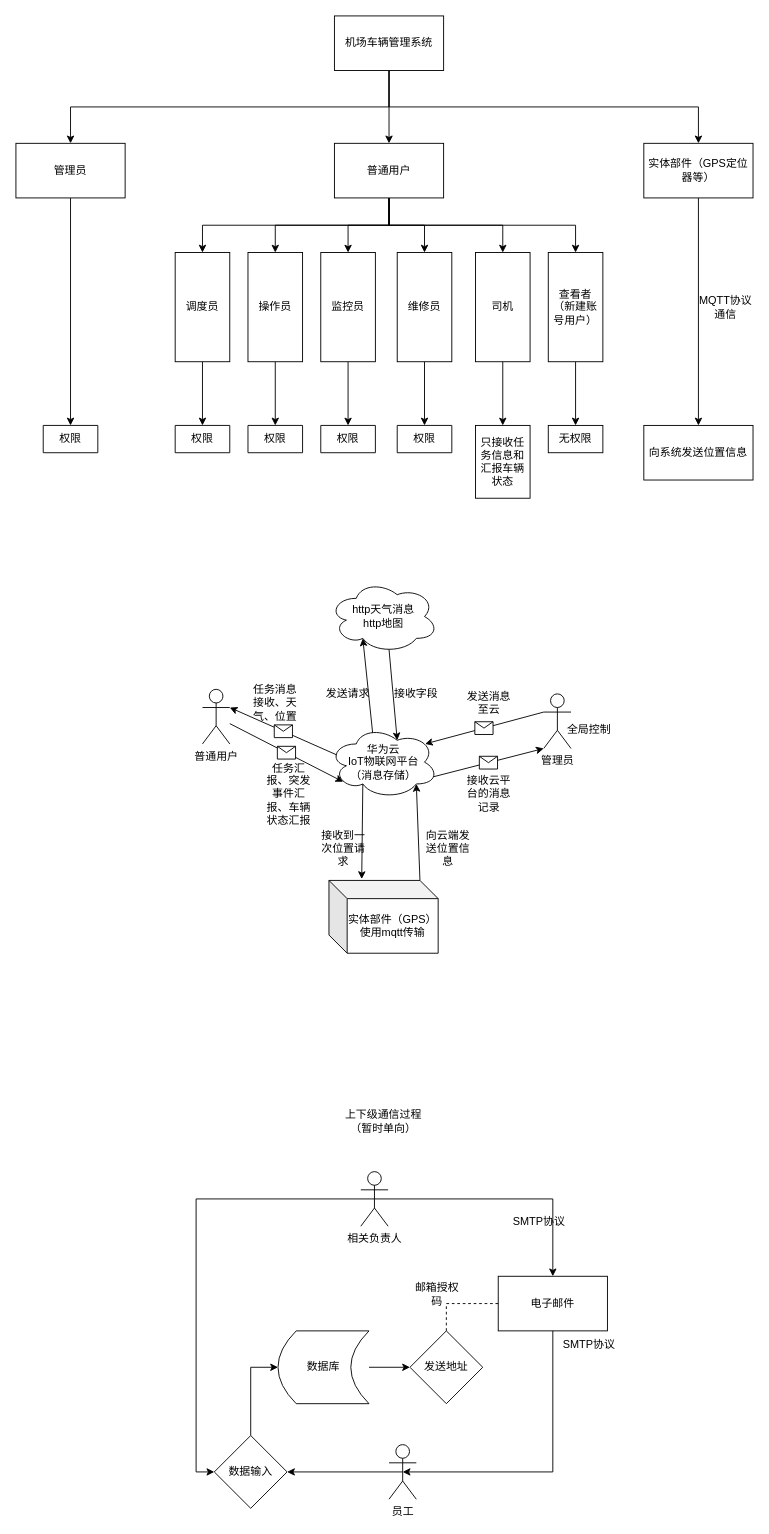
Corkedmzx/-airport-vehicle-system keeps this draw.io diagram as 汽车管理系统位图.drawio. Above is the earlier version. Source tidied: cells renumbered, new cells numbered last; positions are measured from the earlier drawing's top-left corner, leaving out a move shared by most shapes. Both pictures are drawn from the tidied source at 91%, with x=0, y=0 at pixel (15, 15).
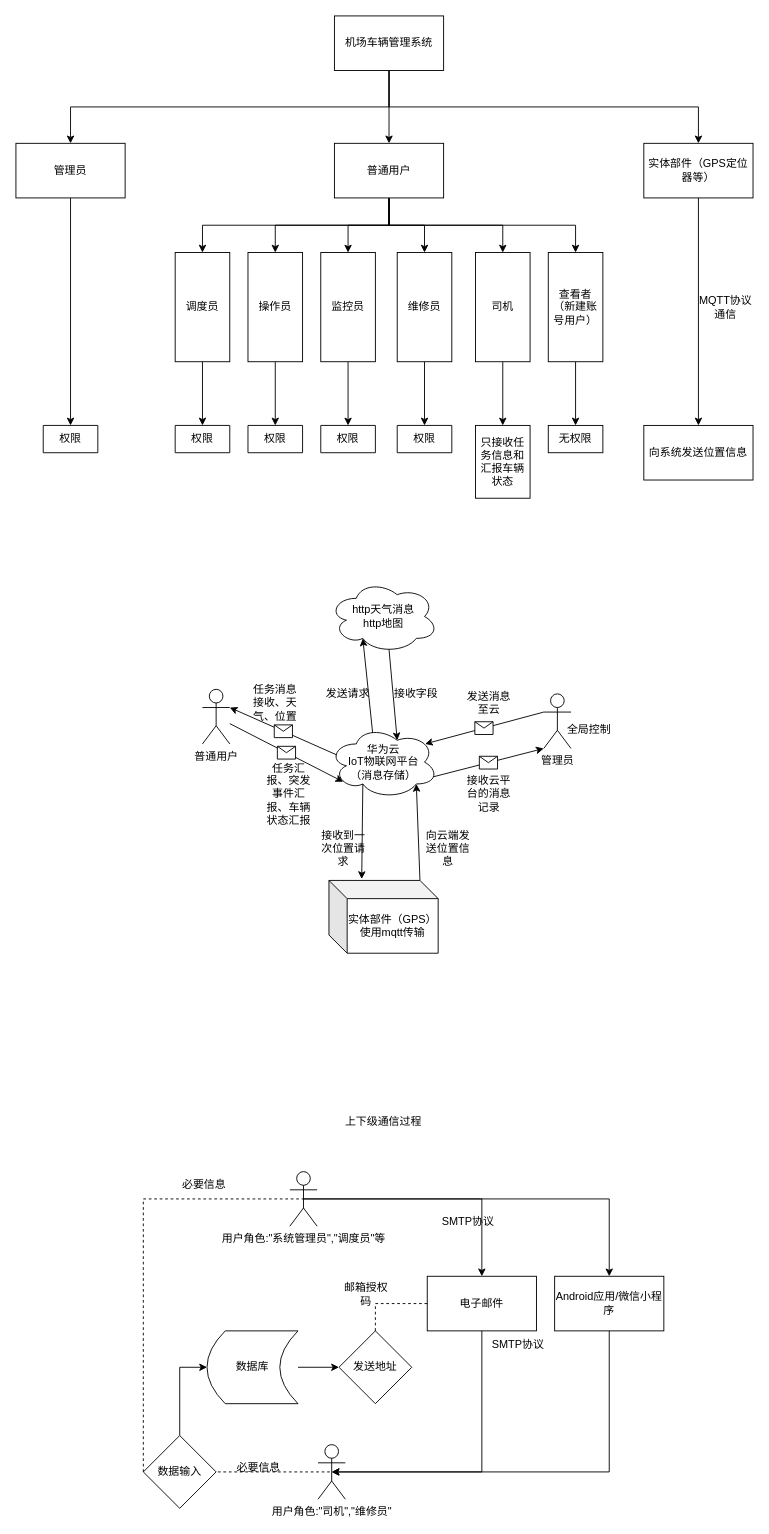
The same page after the edit.

Diff of the diagram source:
```diff
@@
-    <mxCell id="63" style="edgeStyle=orthogonalEdgeStyle;rounded=0;jettySize=auto;html=1;exitX=0.5;exitY=0.5;exitDx=0;exitDy=0;exitPerimeter=0;entryX=0;entryY=0.5;entryDx=0;entryDy=0;" parent="1" edge="1" source="65" target="73">
-      <mxGeometry relative="1" as="geometry" />
-    </mxCell>
@@
+    <mxCell id="81" style="edgeStyle=orthogonalEdgeStyle;rounded=0;jettySize=auto;html=1;exitX=0.5;exitY=0.5;exitDx=0;exitDy=0;exitPerimeter=0;" parent="1" edge="1" source="65" target="82">
+      <mxGeometry relative="1" as="geometry" />
+    </mxCell>
-    <mxCell id="65" value="相关负责人" style="shape=umlActor;verticalLabelPosition=bottom;verticalAlign=top;html=1;outlineConnect=0;" parent="1" vertex="1">
-      <mxGeometry x="379" y="1270" width="30" height="60" as="geometry" />
+    <mxCell id="65" value="用户角色:&quot;系统管理员&quot;,&quot;调度员&quot;等" style="shape=umlActor;verticalLabelPosition=bottom;verticalAlign=top;html=1;outlineConnect=0;" parent="1" vertex="1">
+      <mxGeometry x="301" y="1270" width="30" height="60" as="geometry" />
     </mxCell>
-    <mxCell id="66" style="edgeStyle=orthogonalEdgeStyle;rounded=0;jettySize=auto;html=1;exitX=0.5;exitY=0.5;exitDx=0;exitDy=0;exitPerimeter=0;entryX=1;entryY=0.5;entryDx=0;entryDy=0;" parent="1" edge="1" source="67" target="73">
-      <mxGeometry relative="1" as="geometry" />
-    </mxCell>
-    <mxCell id="67" value="员工" style="shape=umlActor;verticalLabelPosition=bottom;verticalAlign=top;html=1;outlineConnect=0;" parent="1" vertex="1">
-      <mxGeometry x="410" y="1570" width="30" height="60" as="geometry" />
+    <mxCell id="67" value="用户角色:&quot;司机&quot;,&quot;维修员&quot;" style="shape=umlActor;verticalLabelPosition=bottom;verticalAlign=top;html=1;outlineConnect=0;" parent="1" vertex="1">
+      <mxGeometry x="332" y="1570" width="30" height="60" as="geometry" />
     </mxCell>
-    <mxCell id="68" value="上下级通信过程（暂时单向）" style="text;html=1;whiteSpace=wrap;strokeColor=none;fillColor=none;align=center;verticalAlign=middle;rounded=0;" parent="1" vertex="1">
+    <mxCell id="68" value="上下级通信过程" style="text;html=1;whiteSpace=wrap;strokeColor=none;fillColor=none;align=center;verticalAlign=middle;rounded=0;" parent="1" vertex="1">
       <mxGeometry x="354" y="1200" width="100" height="30" as="geometry" />
     </mxCell>
@@
     <mxCell id="70" value="数据库" style="shape=dataStorage;whiteSpace=wrap;html=1;fixedSize=1;" parent="1" vertex="1">
-      <mxGeometry x="288" y="1445" width="100" height="80" as="geometry" />
+      <mxGeometry x="210" y="1445" width="100" height="80" as="geometry" />
     </mxCell>
     <mxCell id="71" value="电子邮件" style="rounded=0;whiteSpace=wrap;html=1;" parent="1" vertex="1">
-      <mxGeometry x="530" y="1385" width="120" height="60" as="geometry" />
+      <mxGeometry x="452" y="1385" width="120" height="60" as="geometry" />
     </mxCell>
@@
     <mxCell id="73" value="数据输入" style="rhombus;whiteSpace=wrap;html=1;" parent="1" vertex="1">
-      <mxGeometry x="218" y="1560" width="80" height="80" as="geometry" />
+      <mxGeometry x="140" y="1560" width="80" height="80" as="geometry" />
     </mxCell>
     <mxCell id="74" value="SMTP协议" style="text;html=1;whiteSpace=wrap;strokeColor=none;fillColor=none;align=center;verticalAlign=middle;rounded=0;" parent="1" vertex="1">
-      <mxGeometry x="545" y="1310" width="60" height="30" as="geometry" />
+      <mxGeometry x="467" y="1310" width="60" height="30" as="geometry" />
     </mxCell>
     <mxCell id="75" value="SMTP协议" style="text;html=1;whiteSpace=wrap;strokeColor=none;fillColor=none;align=center;verticalAlign=middle;rounded=0;" parent="1" vertex="1">
-      <mxGeometry x="600" y="1445" width="60" height="30" as="geometry" />
+      <mxGeometry x="522" y="1445" width="60" height="30" as="geometry" />
     </mxCell>
     <mxCell id="76" value="发送地址" style="rhombus;whiteSpace=wrap;html=1;" parent="1" vertex="1">
-      <mxGeometry x="433" y="1445" width="80" height="80" as="geometry" />
+      <mxGeometry x="355" y="1445" width="80" height="80" as="geometry" />
     </mxCell>
     <mxCell id="77" style="edgeStyle=orthogonalEdgeStyle;rounded=0;jettySize=auto;html=1;exitX=0.5;exitY=1;exitDx=0;exitDy=0;entryX=0.5;entryY=0.5;entryDx=0;entryDy=0;entryPerimeter=0;" parent="1" edge="1" source="71" target="67">
       <mxGeometry relative="1" as="geometry">
         <Array as="points">
-          <mxPoint x="590" y="1600" />
+          <mxPoint x="512" y="1600" />
         </Array>
       </mxGeometry>
     </mxCell>
@@
     <mxCell id="79" style="endArrow=none;dashed=1;html=1;rounded=0;exitX=0.5;exitY=0;exitDx=0;exitDy=0;entryX=0;entryY=0.5;entryDx=0;entryDy=0;" parent="1" edge="1" source="76" target="71">
       <mxGeometry relative="1" as="geometry">
         <Array as="points">
-          <mxPoint x="473" y="1415" />
+          <mxPoint x="395" y="1415" />
         </Array>
       </mxGeometry>
     </mxCell>
     <mxCell id="80" value="邮箱授权码" style="text;html=1;whiteSpace=wrap;strokeColor=none;fillColor=none;align=center;verticalAlign=middle;rounded=0;" parent="1" vertex="1">
-      <mxGeometry x="433" y="1390" width="60" height="30" as="geometry" />
+      <mxGeometry x="355" y="1390" width="60" height="30" as="geometry" />
     </mxCell>
+    <mxCell id="82" value="Android应用/微信小程序" style="rounded=0;whiteSpace=wrap;html=1;" parent="1" vertex="1">
+      <mxGeometry x="592" y="1385" width="120" height="60" as="geometry" />
+    </mxCell>
+    <mxCell id="83" style="edgeStyle=orthogonalEdgeStyle;rounded=0;jettySize=auto;html=1;exitX=0.5;exitY=1;exitDx=0;exitDy=0;entryX=0.5;entryY=0.5;entryDx=0;entryDy=0;entryPerimeter=0;" parent="1" edge="1" source="82" target="67">
+      <mxGeometry relative="1" as="geometry">
+        <Array as="points">
+          <mxPoint x="652" y="1600" />
+        </Array>
+      </mxGeometry>
+    </mxCell>
+    <mxCell id="84" style="endArrow=none;dashed=1;html=1;rounded=0;entryX=0.5;entryY=0.5;entryDx=0;entryDy=0;entryPerimeter=0;" parent="1" edge="1" target="67">
+      <mxGeometry relative="1" as="geometry">
+        <mxPoint x="222" y="1600" as="sourcePoint" />
+      </mxGeometry>
+    </mxCell>
+    <mxCell id="85" value="必要信息" style="text;html=1;whiteSpace=wrap;strokeColor=none;fillColor=none;align=center;verticalAlign=middle;rounded=0;" parent="1" vertex="1">
+      <mxGeometry x="237" y="1580" width="60" height="30" as="geometry" />
+    </mxCell>
+    <mxCell id="86" style="endArrow=none;dashed=1;html=1;rounded=0;entryX=0.5;entryY=0.5;entryDx=0;entryDy=0;entryPerimeter=0;exitX=0;exitY=0.5;exitDx=0;exitDy=0;" parent="1" edge="1" source="73" target="65">
+      <mxGeometry relative="1" as="geometry">
+        <Array as="points">
+          <mxPoint x="140" y="1300" />
+        </Array>
+      </mxGeometry>
+    </mxCell>
+    <mxCell id="87" value="必要信息" style="text;html=1;whiteSpace=wrap;strokeColor=none;fillColor=none;align=center;verticalAlign=middle;rounded=0;" parent="1" vertex="1">
+      <mxGeometry x="177" y="1270" width="60" height="30" as="geometry" />
+    </mxCell>
```
